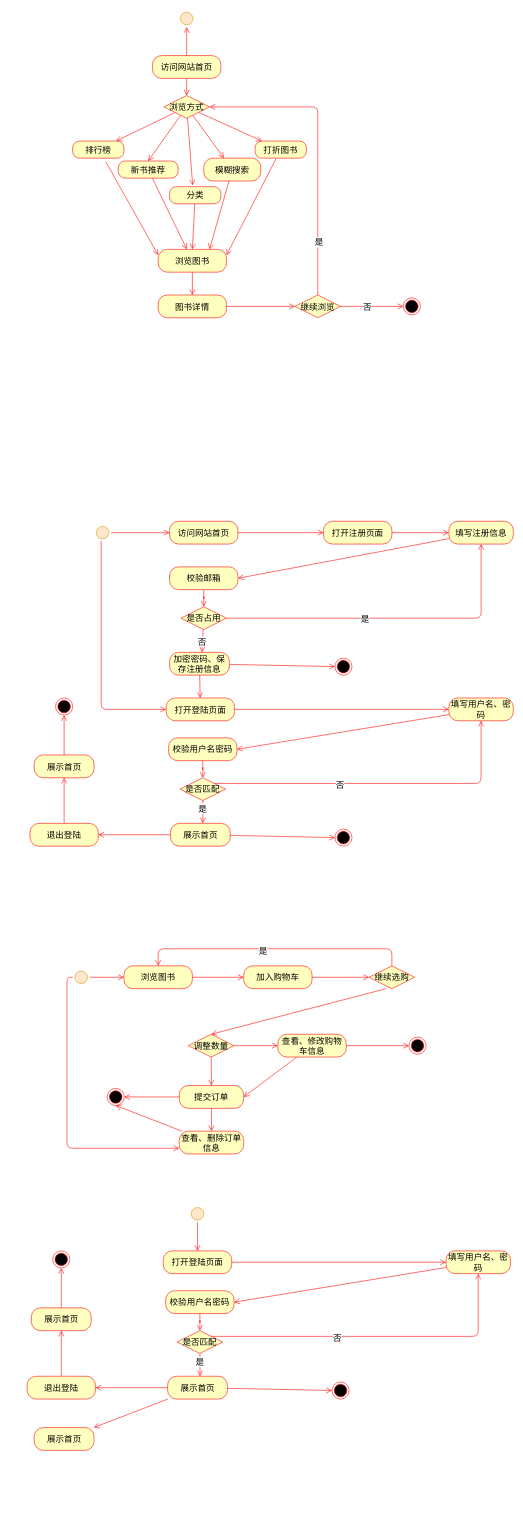
This is 毕业设计-活动图.drawio from MinDaHu/UML, a draw.io file, before an edit. Source tidied: cells renumbered, new cells numbered last; positions are measured from the earlier drawing's top-left corner, leaving out a move shared by most shapes. Both pictures are drawn from the tidied source at 57%, with x=0, y=0 at pixel (27, 10).
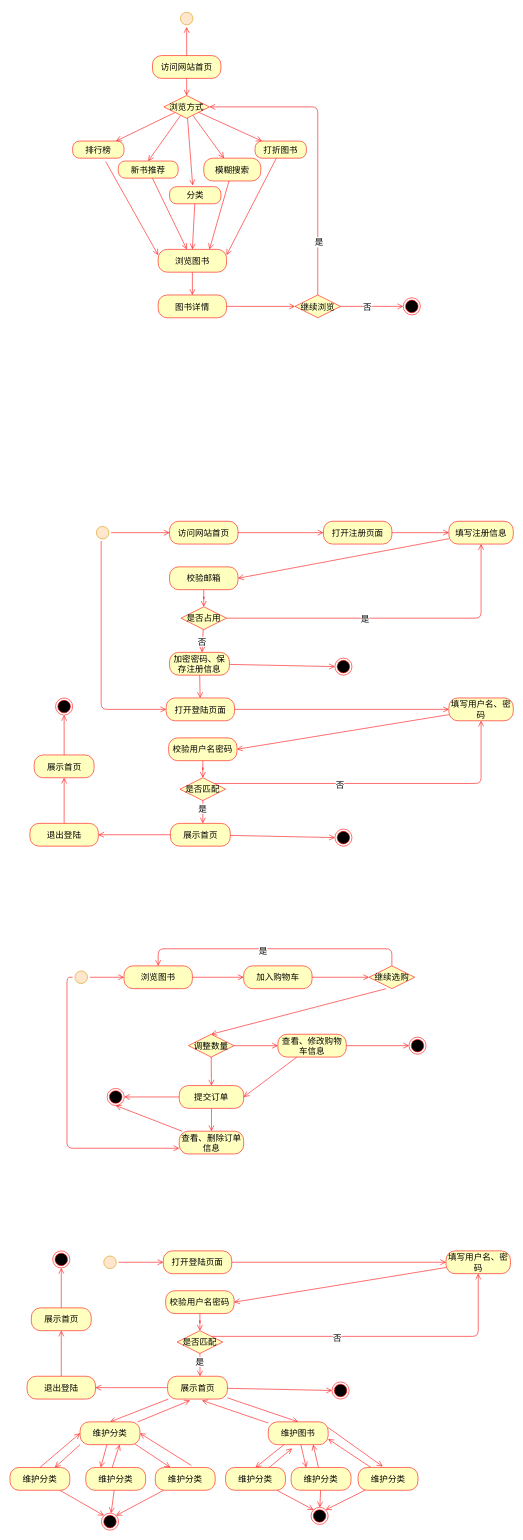
After the change.

Commit message (it also covers changes not shown here):
更新毕业设计-活动图.drawio

The change refers to these unchanged cells:
```xml
<mxCell id="97" value="打开登陆页面" style="rounded=1;whiteSpace=wrap;html=1;arcSize=40;fontColor=#000000;fillColor=#ffffc0;strokeColor=#ff0000;fontSize=15;" parent="1" vertex="1">
  <mxGeometry x="239" y="2177" width="120" height="40" as="geometry" />
</mxCell>
<mxCell id="105" value="展示首页" style="rounded=1;whiteSpace=wrap;html=1;arcSize=40;fontColor=#000000;fillColor=#ffffc0;strokeColor=#ff0000;fontSize=15;" parent="1" vertex="1">
  <mxGeometry x="246.5" y="2397" width="105" height="40" as="geometry" />
</mxCell>
```

The edit, as a diff of the source:
```diff
@@
-    <mxCell id="104" style="jettySize=auto;html=1;endArrow=open;endSize=8;strokeColor=#ff0000;fontSize=15;" parent="1" edge="1" source="105" target="119">
+    <mxCell id="104" style="jettySize=auto;html=1;endArrow=open;endSize=8;strokeColor=#ff0000;fontSize=15;entryX=0.5;entryY=0;entryDx=0;entryDy=0;" parent="1" edge="1" source="105" target="119">
       <mxGeometry relative="1" as="geometry" />
     </mxCell>
+    <mxCell id="120" style="edgeStyle=none;jettySize=auto;html=1;entryX=0.5;entryY=0;entryDx=0;entryDy=0;endArrow=open;endSize=8;strokeColor=#ff0000;fontSize=15;" parent="1" edge="1" source="105" target="129">
+      <mxGeometry relative="1" as="geometry" />
+    </mxCell>
@@
-    <mxCell id="117" style="edgeStyle=orthogonalEdgeStyle;jettySize=auto;html=1;endArrow=open;endSize=8;strokeColor=#ff0000;fontSize=15;entryX=0.5;entryY=0;entryDx=0;entryDy=0;" parent="1" edge="1" source="118" target="97">
+    <mxCell id="117" style="edgeStyle=orthogonalEdgeStyle;jettySize=auto;html=1;endArrow=open;endSize=8;strokeColor=#ff0000;fontSize=15;entryX=0;entryY=0.5;entryDx=0;entryDy=0;" parent="1" edge="1" source="118" target="97">
       <mxGeometry relative="1" as="geometry" />
     </mxCell>
     <mxCell id="118" style="ellipse;html=1;shape=startState;fillColor=#ffe6cc;strokeColor=#d79b00;fontSize=15;" parent="1" vertex="1">
-      <mxGeometry x="284" y="2097" width="30" height="30" as="geometry" />
+      <mxGeometry x="130.5" y="2182" width="30" height="30" as="geometry" />
     </mxCell>
+    <mxCell id="121" style="edgeStyle=none;jettySize=auto;html=1;entryX=0.75;entryY=0;entryDx=0;entryDy=0;endArrow=open;endSize=8;strokeColor=#ff0000;fontSize=15;exitX=0;exitY=1;exitDx=0;exitDy=0;" parent="1" edge="1" source="119" target="132">
+      <mxGeometry relative="1" as="geometry" />
+    </mxCell>
+    <mxCell id="122" style="edgeStyle=none;jettySize=auto;html=1;endArrow=open;endSize=8;strokeColor=#ff0000;fontSize=15;entryX=0.25;entryY=0;entryDx=0;entryDy=0;" parent="1" edge="1" source="119" target="135">
+      <mxGeometry relative="1" as="geometry" />
+    </mxCell>
+    <mxCell id="123" style="edgeStyle=none;jettySize=auto;html=1;entryX=0.25;entryY=0;entryDx=0;entryDy=0;endArrow=open;endSize=8;strokeColor=#ff0000;fontSize=15;exitX=0.918;exitY=0.972;exitDx=0;exitDy=0;exitPerimeter=0;" parent="1" edge="1" source="119" target="138">
+      <mxGeometry relative="1" as="geometry" />
+    </mxCell>
+    <mxCell id="124" style="edgeStyle=none;jettySize=auto;html=1;entryX=0.375;entryY=1.06;entryDx=0;entryDy=0;entryPerimeter=0;endArrow=open;endSize=8;strokeColor=#ff0000;fontSize=15;" parent="1" edge="1" source="119" target="105">
+      <mxGeometry relative="1" as="geometry" />
+    </mxCell>
-    <mxCell id="119" value="展示首页" style="rounded=1;whiteSpace=wrap;html=1;arcSize=40;fontColor=#000000;fillColor=#ffffc0;strokeColor=#ff0000;fontSize=15;" parent="1" vertex="1">
-      <mxGeometry x="12.5" y="2487" width="105" height="40" as="geometry" />
+    <mxCell id="119" value="维护分类" style="rounded=1;whiteSpace=wrap;html=1;arcSize=40;fontColor=#000000;fillColor=#ffffc0;strokeColor=#ff0000;fontSize=15;" parent="1" vertex="1">
+      <mxGeometry x="93" y="2477" width="105" height="40" as="geometry" />
     </mxCell>
+    <mxCell id="125" style="edgeStyle=none;jettySize=auto;html=1;entryX=0.5;entryY=0;entryDx=0;entryDy=0;endArrow=open;endSize=8;strokeColor=#ff0000;fontSize=15;" parent="1" edge="1" source="129" target="143">
+      <mxGeometry relative="1" as="geometry" />
+    </mxCell>
+    <mxCell id="126" style="edgeStyle=none;jettySize=auto;html=1;endArrow=open;endSize=8;strokeColor=#ff0000;fontSize=15;entryX=0.25;entryY=0;entryDx=0;entryDy=0;" parent="1" edge="1" source="129" target="146">
+      <mxGeometry relative="1" as="geometry" />
+    </mxCell>
+    <mxCell id="127" style="edgeStyle=none;jettySize=auto;html=1;entryX=0.41;entryY=-0.043;entryDx=0;entryDy=0;entryPerimeter=0;endArrow=open;endSize=8;strokeColor=#ff0000;fontSize=15;exitX=1;exitY=0.25;exitDx=0;exitDy=0;" parent="1" edge="1" source="129" target="149">
+      <mxGeometry relative="1" as="geometry" />
+    </mxCell>
+    <mxCell id="128" style="edgeStyle=none;jettySize=auto;html=1;entryX=0.576;entryY=1.06;entryDx=0;entryDy=0;endArrow=open;endSize=8;strokeColor=#ff0000;fontSize=15;entryPerimeter=0;" parent="1" edge="1" source="129" target="105">
+      <mxGeometry relative="1" as="geometry" />
+    </mxCell>
+    <mxCell id="129" value="维护图书" style="rounded=1;whiteSpace=wrap;html=1;arcSize=40;fontColor=#000000;fillColor=#ffffc0;strokeColor=#ff0000;fontSize=15;" parent="1" vertex="1">
+      <mxGeometry x="423.2" y="2477" width="105" height="40" as="geometry" />
+    </mxCell>
+    <mxCell id="130" style="edgeStyle=none;jettySize=auto;html=1;entryX=0;entryY=0.5;entryDx=0;entryDy=0;endArrow=open;endSize=8;strokeColor=#ff0000;fontSize=15;exitX=0.5;exitY=0;exitDx=0;exitDy=0;" parent="1" edge="1" source="132" target="119">
+      <mxGeometry relative="1" as="geometry" />
+    </mxCell>
+    <mxCell id="131" style="edgeStyle=none;jettySize=auto;html=1;entryX=0;entryY=0;entryDx=0;entryDy=0;endArrow=open;endSize=8;strokeColor=#ff0000;fontSize=15;" parent="1" edge="1" source="132" target="151">
+      <mxGeometry relative="1" as="geometry" />
+    </mxCell>
+    <mxCell id="132" value="维护分类" style="rounded=1;whiteSpace=wrap;html=1;arcSize=40;fontColor=#000000;fillColor=#ffffc0;strokeColor=#ff0000;fontSize=15;" parent="1" vertex="1">
+      <mxGeometry x="-30" y="2557" width="105" height="40" as="geometry" />
+    </mxCell>
+    <mxCell id="133" style="edgeStyle=none;jettySize=auto;html=1;endArrow=open;endSize=8;strokeColor=#ff0000;fontSize=15;entryX=0.66;entryY=1.001;entryDx=0;entryDy=0;entryPerimeter=0;" parent="1" edge="1" target="119">
+      <mxGeometry relative="1" as="geometry">
+        <mxPoint x="146" y="2567" as="sourcePoint" />
+      </mxGeometry>
+    </mxCell>
+    <mxCell id="134" style="edgeStyle=none;jettySize=auto;html=1;endArrow=open;endSize=8;strokeColor=#ff0000;fontSize=15;" parent="1" edge="1" source="135" target="151">
+      <mxGeometry relative="1" as="geometry" />
+    </mxCell>
+    <mxCell id="135" value="维护分类" style="rounded=1;whiteSpace=wrap;html=1;arcSize=40;fontColor=#000000;fillColor=#ffffc0;strokeColor=#ff0000;fontSize=15;" parent="1" vertex="1">
+      <mxGeometry x="103" y="2557" width="105" height="40" as="geometry" />
+    </mxCell>
+    <mxCell id="136" style="edgeStyle=none;jettySize=auto;html=1;entryX=1;entryY=0.5;entryDx=0;entryDy=0;endArrow=open;endSize=8;strokeColor=#ff0000;fontSize=15;exitX=0.602;exitY=-0.087;exitDx=0;exitDy=0;exitPerimeter=0;" parent="1" edge="1" source="138" target="119">
+      <mxGeometry relative="1" as="geometry" />
+    </mxCell>
+    <mxCell id="137" style="edgeStyle=none;jettySize=auto;html=1;entryX=1;entryY=0;entryDx=0;entryDy=0;endArrow=open;endSize=8;strokeColor=#ff0000;fontSize=15;" parent="1" edge="1" source="138" target="151">
+      <mxGeometry relative="1" as="geometry" />
+    </mxCell>
+    <mxCell id="138" value="维护分类" style="rounded=1;whiteSpace=wrap;html=1;arcSize=40;fontColor=#000000;fillColor=#ffffc0;strokeColor=#ff0000;fontSize=15;" parent="1" vertex="1">
+      <mxGeometry x="225" y="2557" width="105" height="40" as="geometry" />
+    </mxCell>
+    <mxCell id="139" style="edgeStyle=none;orthogonalLoop=1;jettySize=auto;html=1;exitX=0.5;exitY=1;exitDx=0;exitDy=0;endArrow=open;endSize=8;strokeColor=#ff0000;fontSize=15;" parent="1" edge="1" source="135" target="135">
+      <mxGeometry relative="1" as="geometry" />
+    </mxCell>
+    <mxCell id="140" style="edgeStyle=none;orthogonalLoop=1;jettySize=auto;html=1;exitX=0.5;exitY=1;exitDx=0;exitDy=0;endArrow=open;endSize=8;strokeColor=#ff0000;fontSize=15;" parent="1" edge="1" source="135" target="135">
+      <mxGeometry relative="1" as="geometry" />
+    </mxCell>
+    <mxCell id="141" style="edgeStyle=none;jettySize=auto;html=1;endArrow=open;endSize=8;strokeColor=#ff0000;fontSize=15;entryX=0.398;entryY=1.163;entryDx=0;entryDy=0;entryPerimeter=0;" parent="1" edge="1" source="143" target="129">
+      <mxGeometry relative="1" as="geometry" />
+    </mxCell>
+    <mxCell id="142" style="edgeStyle=none;jettySize=auto;html=1;entryX=0;entryY=0;entryDx=0;entryDy=0;endArrow=open;endSize=8;strokeColor=#ff0000;fontSize=15;" parent="1" edge="1" source="143" target="150">
+      <mxGeometry relative="1" as="geometry" />
+    </mxCell>
+    <mxCell id="143" value="维护分类" style="rounded=1;whiteSpace=wrap;html=1;arcSize=40;fontColor=#000000;fillColor=#ffffc0;strokeColor=#ff0000;fontSize=15;" parent="1" vertex="1">
+      <mxGeometry x="348.3" y="2557" width="105" height="40" as="geometry" />
+    </mxCell>
+    <mxCell id="144" style="edgeStyle=none;jettySize=auto;html=1;entryX=0.75;entryY=1;entryDx=0;entryDy=0;endArrow=open;endSize=8;strokeColor=#ff0000;fontSize=15;" parent="1" edge="1" source="146" target="129">
+      <mxGeometry relative="1" as="geometry" />
+    </mxCell>
+    <mxCell id="145" style="edgeStyle=none;jettySize=auto;html=1;endArrow=open;endSize=8;strokeColor=#ff0000;fontSize=15;" parent="1" edge="1" source="146" target="150">
+      <mxGeometry relative="1" as="geometry" />
+    </mxCell>
+    <mxCell id="146" value="维护分类" style="rounded=1;whiteSpace=wrap;html=1;arcSize=40;fontColor=#000000;fillColor=#ffffc0;strokeColor=#ff0000;fontSize=15;" parent="1" vertex="1">
+      <mxGeometry x="463.3" y="2557" width="105" height="40" as="geometry" />
+    </mxCell>
+    <mxCell id="147" style="edgeStyle=none;jettySize=auto;html=1;endArrow=open;endSize=8;strokeColor=#ff0000;fontSize=15;entryX=1;entryY=0.75;entryDx=0;entryDy=0;" parent="1" edge="1" source="149" target="129">
+      <mxGeometry relative="1" as="geometry" />
+    </mxCell>
+    <mxCell id="148" style="edgeStyle=none;jettySize=auto;html=1;entryX=1;entryY=0;entryDx=0;entryDy=0;endArrow=open;endSize=8;strokeColor=#ff0000;fontSize=15;" parent="1" edge="1" source="149" target="150">
+      <mxGeometry relative="1" as="geometry" />
+    </mxCell>
+    <mxCell id="149" value="维护分类" style="rounded=1;whiteSpace=wrap;html=1;arcSize=40;fontColor=#000000;fillColor=#ffffc0;strokeColor=#ff0000;fontSize=15;" parent="1" vertex="1">
+      <mxGeometry x="580.8" y="2557" width="105" height="40" as="geometry" />
+    </mxCell>
+    <mxCell id="150" style="ellipse;html=1;shape=endState;fillColor=#000000;strokeColor=#ff0000;fontSize=15;" parent="1" vertex="1">
+      <mxGeometry x="498.2" y="2627" width="30" height="30" as="geometry" />
+    </mxCell>
+    <mxCell id="151" style="ellipse;html=1;shape=endState;fillColor=#000000;strokeColor=#ff0000;fontSize=15;" parent="1" vertex="1">
+      <mxGeometry x="130.5" y="2637" width="30" height="30" as="geometry" />
+    </mxCell>
```
